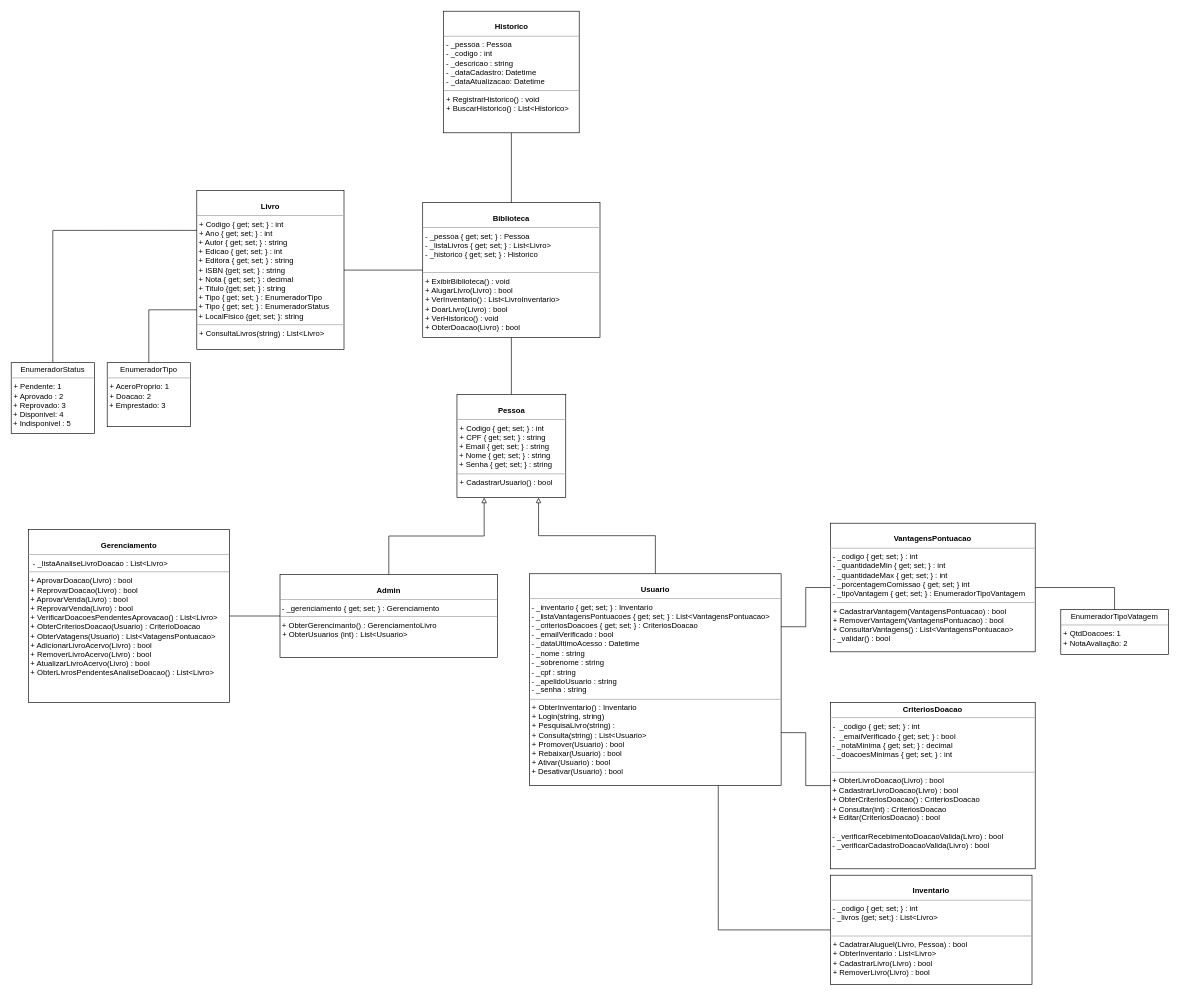
Above: novoDiagramaClasse.drawio in lucaspercisi/UFFS (draw.io), before the change. Source tidied: cells renumbered, new cells numbered last; positions are measured from the earlier drawing's top-left corner, leaving out a move shared by most shapes. Both pictures are drawn from the tidied source at 64%, with x=0, y=0 at pixel (11, 11).
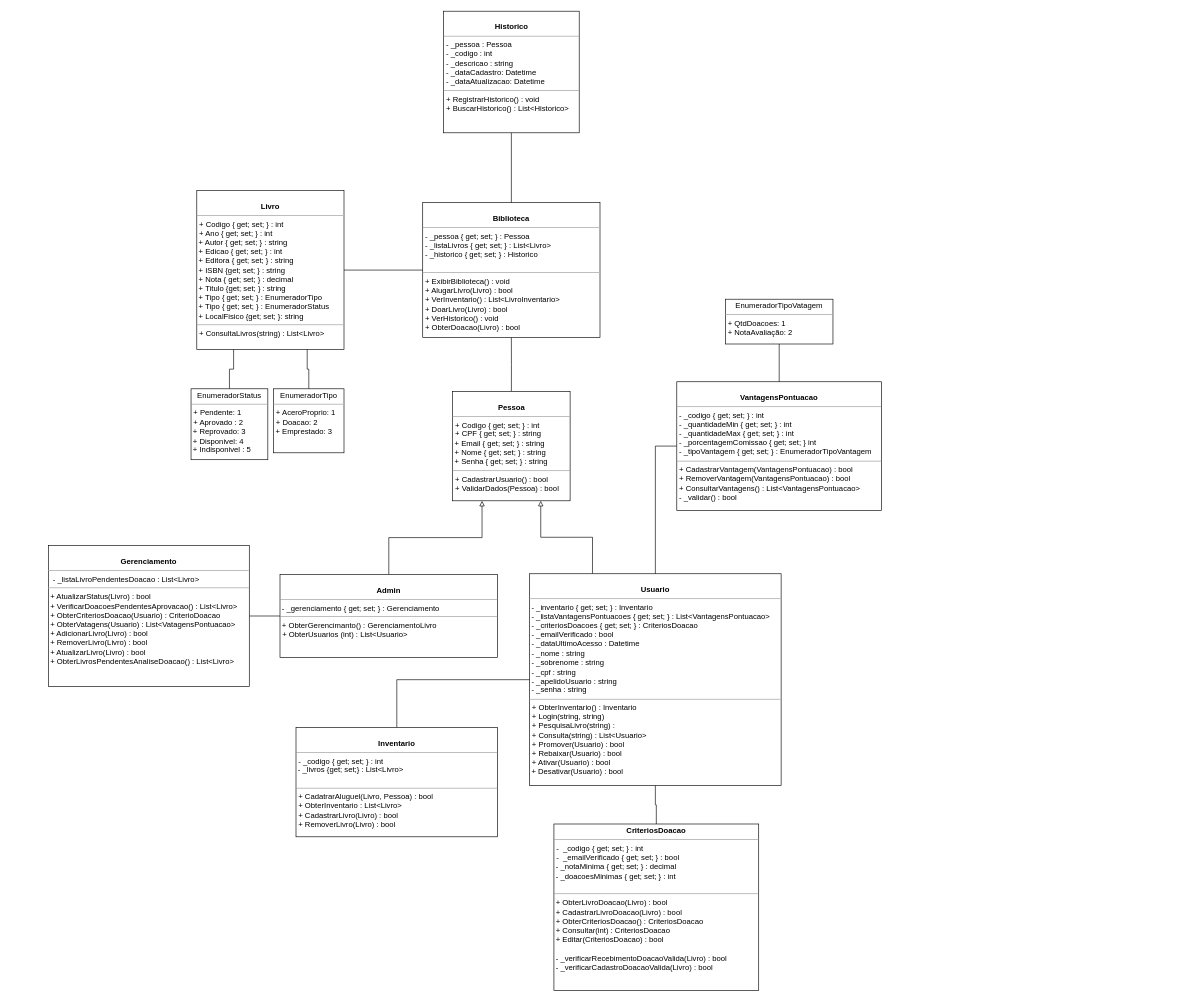
The same page after the edit.

The change refers to these unchanged cells:
```xml
<mxCell id="8" value="&lt;p style=&quot;margin:0px;margin-top:4px;text-align:center;&quot;&gt;&lt;br&gt;&lt;b&gt;Usuario&lt;/b&gt;&lt;/p&gt;&lt;hr size=&quot;1&quot;&gt;&lt;p style=&quot;margin: 0px 0px 0px 4px;&quot;&gt;&lt;/p&gt;&amp;nbsp;-&amp;nbsp;_inventario { get; set; } : Inventario&amp;nbsp;&lt;br&gt;&amp;nbsp;- _listaVantagensPontuacoes { get; set; } : List&amp;lt;VantagensPontuacao&amp;gt;&lt;br&gt;&lt;div&gt;&amp;nbsp;- _criteriosDoacoes { get; set; } : CriteriosDoacao&lt;/div&gt;&lt;div&gt;&amp;nbsp;- _emailVerificado : bool&lt;br&gt;&amp;nbsp;- _dataUltimoAcesso : Datetime&lt;br&gt;&amp;nbsp;- _nome : string&lt;/div&gt;&lt;div&gt;&amp;nbsp;- _sobrenome : string&lt;br&gt;&amp;nbsp;- _cpf : string&lt;/div&gt;&lt;div&gt;&amp;nbsp;- _apelidoUsuario : string&lt;br&gt;&amp;nbsp;- _senha : string&lt;br&gt;&lt;/div&gt;&lt;hr size=&quot;1&quot;&gt;&lt;p style=&quot;margin:0px;margin-left:4px;&quot;&gt;+ ObterInventario() : Inventario&lt;/p&gt;&lt;p style=&quot;margin:0px;margin-left:4px;&quot;&gt;+ Login(string, string)&lt;/p&gt;&lt;p style=&quot;margin:0px;margin-left:4px;&quot;&gt;+ PesquisaLivro(string) : &lt;br&gt;&lt;/p&gt;&lt;p style=&quot;margin:0px;margin-left:4px;&quot;&gt;+ Consulta(string) : List&amp;lt;Usuario&amp;gt;&lt;/p&gt;&lt;p style=&quot;margin:0px;margin-left:4px;&quot;&gt;+ Promover(Usuario) : bool&lt;/p&gt;&lt;p style=&quot;margin:0px;margin-left:4px;&quot;&gt;+ Rebaixar(Usuario) : bool&lt;br&gt;&lt;/p&gt;&lt;p style=&quot;margin:0px;margin-left:4px;&quot;&gt;+ Ativar(Usuario) : bool&lt;br&gt;&lt;/p&gt;&amp;nbsp;+ Desativar(Usuario) : bool&lt;p style=&quot;margin:0px;margin-left:4px;&quot;&gt;&lt;/p&gt;&lt;p style=&quot;margin:0px;margin-left:4px;&quot;&gt;&lt;br&gt;&lt;/p&gt;&lt;p style=&quot;margin:0px;margin-left:4px;&quot;&gt;&lt;br&gt;&lt;/p&gt;" style="verticalAlign=top;align=left;overflow=fill;fontSize=12;fontFamily=Helvetica;html=1;rounded=0;shadow=0;comic=0;labelBackgroundColor=none;strokeWidth=1;" parent="1" vertex="1">
  <mxGeometry x="810" y="879" width="393" height="331" as="geometry" />
</mxCell>
<mxCell id="17" value="&lt;p style=&quot;margin:0px;margin-top:4px;text-align:center;&quot;&gt;&lt;br&gt;&lt;b&gt;Livro&lt;/b&gt;&lt;/p&gt;&lt;hr size=&quot;1&quot;&gt;&lt;p style=&quot;margin: 0px 0px 0px 4px;&quot;&gt;+ Codigo { get; set; } : int&lt;/p&gt;&lt;p style=&quot;margin: 0px 0px 0px 4px;&quot;&gt;+ Ano { get; set; } : int&lt;/p&gt;&amp;nbsp;+ Autor { get; set; } : string&amp;nbsp;&lt;br&gt;&amp;nbsp;+ Edicao { get; set; } : int&lt;br&gt;&amp;nbsp;+ Editora { get; set; } : string&lt;br&gt;&amp;nbsp;+&amp;nbsp;ISBN {get; set; } : string&lt;br&gt;&amp;nbsp;+ Nota { get; set; } : decimal&lt;br&gt;&lt;div&gt;&amp;nbsp;+&amp;nbsp;Titulo {get; set; } : string&lt;/div&gt;&lt;div&gt;&amp;nbsp;+ Tipo { get; set; } : EnumeradorTipo&lt;/div&gt;&lt;div&gt;&lt;div&gt;&amp;nbsp;+ Tipo { get; set; } : EnumeradorStatus&lt;/div&gt;&lt;/div&gt;&lt;div&gt;&amp;nbsp;+ LocalFisico {get; set; }: string&lt;br&gt;&lt;/div&gt;&lt;hr size=&quot;1&quot;&gt;&lt;p style=&quot;margin:0px;margin-left:4px;&quot;&gt;+ ConsultaLivros(string) : List&amp;lt;Livro&amp;gt;&lt;/p&gt;&lt;p style=&quot;margin:0px;margin-left:4px;&quot;&gt;&lt;br&gt;&lt;/p&gt;" style="verticalAlign=top;align=left;overflow=fill;fontSize=12;fontFamily=Helvetica;html=1;rounded=0;shadow=0;comic=0;labelBackgroundColor=none;strokeWidth=1;" parent="1" vertex="1">
  <mxGeometry x="290" y="280.4" width="230" height="248.2" as="geometry" />
</mxCell>
```

Change to the diagram source:
```diff
@@
-    <mxCell id="4" value="&lt;p style=&quot;margin:0px;margin-top:4px;text-align:center;&quot;&gt;&lt;br&gt;&lt;b&gt;Pessoa&lt;/b&gt;&lt;/p&gt;&lt;hr size=&quot;1&quot;&gt;&lt;p style=&quot;margin: 0px 0px 0px 4px;&quot;&gt;+ Codigo { get; set; } : int&lt;/p&gt;&lt;p style=&quot;margin: 0px 0px 0px 4px;&quot;&gt;+ CPF { get; set; } : string&lt;/p&gt;&amp;nbsp;+ Email { get; set; } : string&amp;nbsp;&lt;br&gt;&amp;nbsp;+ Nome { get; set; } : string&lt;br&gt;&amp;nbsp;+ Senha { get; set; } : string&lt;br&gt;&lt;hr size=&quot;1&quot;&gt;&lt;p style=&quot;margin:0px;margin-left:4px;&quot;&gt;+ CadastrarUsuario() : bool&lt;br&gt;&lt;/p&gt;&lt;p style=&quot;margin:0px;margin-left:4px;&quot;&gt;&lt;br&gt;&lt;/p&gt;&lt;div&gt;&lt;br&gt;&lt;/div&gt;&lt;div&gt;&lt;br&gt;&lt;/div&gt;" style="verticalAlign=top;align=left;overflow=fill;fontSize=12;fontFamily=Helvetica;html=1;rounded=0;shadow=0;comic=0;labelBackgroundColor=none;strokeWidth=1;" parent="1" vertex="1">
-      <mxGeometry x="696.5" y="599" width="170" height="161" as="geometry" />
+    <mxCell id="4" value="&lt;p style=&quot;margin:0px;margin-top:4px;text-align:center;&quot;&gt;&lt;br&gt;&lt;b&gt;Pessoa&lt;/b&gt;&lt;/p&gt;&lt;hr size=&quot;1&quot;&gt;&lt;p style=&quot;margin: 0px 0px 0px 4px;&quot;&gt;+ Codigo { get; set; } : int&lt;/p&gt;&lt;p style=&quot;margin: 0px 0px 0px 4px;&quot;&gt;+ CPF { get; set; } : string&lt;/p&gt;&amp;nbsp;+ Email { get; set; } : string&amp;nbsp;&lt;br&gt;&amp;nbsp;+ Nome { get; set; } : string&lt;br&gt;&amp;nbsp;+ Senha { get; set; } : string&lt;br&gt;&lt;hr size=&quot;1&quot;&gt;&lt;p style=&quot;margin:0px;margin-left:4px;&quot;&gt;+ CadastrarUsuario() : bool&lt;/p&gt;&lt;p style=&quot;margin:0px;margin-left:4px;&quot;&gt;+ ValidarDados(Pessoa) : bool&lt;br&gt;&lt;/p&gt;&lt;p style=&quot;margin:0px;margin-left:4px;&quot;&gt;&lt;br&gt;&lt;/p&gt;&lt;div&gt;&lt;br&gt;&lt;/div&gt;&lt;div&gt;&lt;br&gt;&lt;/div&gt;" style="verticalAlign=top;align=left;overflow=fill;fontSize=12;fontFamily=Helvetica;html=1;rounded=0;shadow=0;comic=0;labelBackgroundColor=none;strokeWidth=1;" parent="1" vertex="1">
+      <mxGeometry x="689.8" y="594" width="183.5" height="171" as="geometry" />
     </mxCell>
@@
-    <mxCell id="7" style="edgeStyle=orthogonalEdgeStyle;rounded=0;jettySize=auto;html=1;exitX=0.5;exitY=0;exitDx=0;exitDy=0;entryX=0.75;entryY=1;entryDx=0;entryDy=0;endArrow=block;endFill=0;" parent="1" edge="1" source="8" target="4">
+    <mxCell id="7" style="edgeStyle=orthogonalEdgeStyle;rounded=0;jettySize=auto;html=1;exitX=0.25;exitY=0;exitDx=0;exitDy=0;entryX=0.75;entryY=1;entryDx=0;entryDy=0;endArrow=block;endFill=0;" parent="1" edge="1" source="8" target="4">
       <mxGeometry relative="1" as="geometry" />
     </mxCell>
@@
-    <mxCell id="11" style="edgeStyle=orthogonalEdgeStyle;rounded=0;jettySize=auto;html=1;exitX=0;exitY=0.5;exitDx=0;exitDy=0;entryX=1;entryY=0.25;entryDx=0;entryDy=0;endArrow=none;endFill=0;" parent="1" edge="1" source="13" target="8">
+    <mxCell id="11" style="edgeStyle=orthogonalEdgeStyle;rounded=0;jettySize=auto;html=1;exitX=0;exitY=0.5;exitDx=0;exitDy=0;endArrow=none;endFill=0;" parent="1" edge="1" source="13" target="8">
       <mxGeometry relative="1" as="geometry" />
     </mxCell>
-    <mxCell id="12" style="edgeStyle=orthogonalEdgeStyle;rounded=0;jettySize=auto;html=1;exitX=1;exitY=0.5;exitDx=0;exitDy=0;endArrow=none;endFill=0;entryX=0.5;entryY=0;entryDx=0;entryDy=0;" parent="1" edge="1" source="13" target="26">
-      <mxGeometry relative="1" as="geometry" />
-    </mxCell>
     <mxCell id="13" value="&lt;p style=&quot;margin:0px;margin-top:4px;text-align:center;&quot;&gt;&lt;br&gt;&lt;b&gt;VantagensPontuacao&lt;/b&gt;&lt;/p&gt;&lt;hr size=&quot;1&quot;&gt;&lt;p style=&quot;margin: 0px 0px 0px 4px;&quot;&gt;- _codigo { get; set; } : int&lt;/p&gt;&lt;p style=&quot;margin: 0px 0px 0px 4px;&quot;&gt;- _quantidadeMin { get; set; } : int&lt;/p&gt;&lt;p style=&quot;margin: 0px 0px 0px 4px;&quot;&gt;- _quantidadeMax { get; set; } : int&lt;/p&gt;&lt;p style=&quot;margin: 0px 0px 0px 4px;&quot;&gt;- _porcentagemComissao { get; set; } int&lt;/p&gt;&lt;p style=&quot;margin: 0px 0px 0px 4px;&quot;&gt;- _tipoVantagem { get; set; } : EnumeradorTipoVantagem&lt;br&gt;&lt;/p&gt;&lt;hr size=&quot;1&quot;&gt;&lt;p style=&quot;margin:0px;margin-left:4px;&quot;&gt;+ CadastrarVantagem(VantagensPontuacao) : bool&lt;br&gt;&lt;/p&gt;&lt;p style=&quot;margin:0px;margin-left:4px;&quot;&gt;+ RemoverVantagem(VantagensPontuacao) : bool&lt;/p&gt;&lt;p style=&quot;margin:0px;margin-left:4px;&quot;&gt;+ ConsultarVantagens() : List&amp;lt;VantagensPontuacao&amp;gt;&lt;br&gt;- _validar() : bool&lt;br&gt;&lt;/p&gt;" style="verticalAlign=top;align=left;overflow=fill;fontSize=12;fontFamily=Helvetica;html=1;rounded=0;shadow=0;comic=0;labelBackgroundColor=none;strokeWidth=1;" parent="1" vertex="1">
-      <mxGeometry x="1280" y="800" width="320" height="201" as="geometry" />
+      <mxGeometry x="1040" y="579" width="320" height="201" as="geometry" />
     </mxCell>
@@
-    <mxCell id="15" value="&lt;p style=&quot;margin:0px;margin-top:4px;text-align:center;&quot;&gt;&lt;br&gt;&lt;b&gt;Gerenciamento&lt;/b&gt;&lt;/p&gt;&lt;hr size=&quot;1&quot;&gt;&lt;p style=&quot;margin: 0px 0px 0px 4px;&quot;&gt;&amp;nbsp;- _listaAnaliseLivroDoacao : List&amp;lt;Livro&amp;gt;&lt;br&gt;&lt;/p&gt;&lt;hr size=&quot;1&quot;&gt;&lt;p style=&quot;margin:0px;margin-left:4px;&quot;&gt;&lt;/p&gt;&amp;nbsp;&lt;span style=&quot;background-color: initial;&quot;&gt;+ AprovarDoacao(Livro) : bool&lt;br&gt;&lt;/span&gt;&amp;nbsp;+ ReprovarDoacao(Livro) : bool&lt;br&gt;&amp;nbsp;+ AprovarVenda(Livro) : bool&lt;br&gt;&lt;div&gt;&amp;nbsp;+ ReprovarVenda(Livro) : bool&lt;/div&gt;&lt;div&gt;&amp;nbsp;+ VerificarDoacoesPendentesAprovacao() : List&amp;lt;Livro&amp;gt;&lt;/div&gt;&lt;div&gt;&amp;nbsp;+ ObterCriteriosDoacao(Usuario) : CriterioDoacao&lt;/div&gt;&lt;div&gt;&amp;nbsp;+ ObterVatagens(Usuario) : List&amp;lt;VatagensPontuacao&amp;gt;&lt;/div&gt;&lt;div&gt;&amp;nbsp;+ AdicionarLivroAcervo(Livro) : bool&lt;/div&gt;&lt;div&gt;&amp;nbsp;+ RemoverLivroAcervo(Livro) : bool&lt;/div&gt;&lt;div&gt;&amp;nbsp;+ AtualizarLivroAcervo(Livro) : bool&lt;/div&gt;&lt;div&gt;&amp;nbsp;+ ObterLivrosPendentesAnaliseDoacao() : List&amp;lt;Livro&amp;gt;&lt;br&gt;&lt;/div&gt;" style="verticalAlign=top;align=left;overflow=fill;fontSize=12;fontFamily=Helvetica;html=1;rounded=0;shadow=0;comic=0;labelBackgroundColor=none;strokeWidth=1;" parent="1" vertex="1">
-      <mxGeometry x="27" y="810" width="314" height="270" as="geometry" />
+    <mxCell id="15" value="&lt;p style=&quot;margin:0px;margin-top:4px;text-align:center;&quot;&gt;&lt;br&gt;&lt;b&gt;Gerenciamento&lt;/b&gt;&lt;/p&gt;&lt;hr size=&quot;1&quot;&gt;&lt;p style=&quot;margin: 0px 0px 0px 4px;&quot;&gt;&amp;nbsp;- _listaLivroPendentesDoacao : List&amp;lt;Livro&amp;gt;&lt;br&gt;&lt;/p&gt;&lt;hr size=&quot;1&quot;&gt;&lt;p style=&quot;margin:0px;margin-left:4px;&quot;&gt;&lt;/p&gt;&amp;nbsp;&lt;span style=&quot;background-color: initial;&quot;&gt;+ AtualizarStatus(Livro) : bool&lt;/span&gt;&lt;div&gt;&amp;nbsp;+ VerificarDoacoesPendentesAprovacao() : List&amp;lt;Livro&amp;gt;&lt;/div&gt;&lt;div&gt;&amp;nbsp;+ ObterCriteriosDoacao(Usuario) : CriterioDoacao&lt;/div&gt;&lt;div&gt;&amp;nbsp;+ ObterVatagens(Usuario) : List&amp;lt;VatagensPontuacao&amp;gt;&lt;/div&gt;&lt;div&gt;&amp;nbsp;+ AdicionarLivro(Livro) : bool&lt;/div&gt;&lt;div&gt;&amp;nbsp;+ RemoverLivro(Livro) : bool&lt;/div&gt;&lt;div&gt;&amp;nbsp;+ AtualizarLivro(Livro) : bool&lt;/div&gt;&lt;div&gt;&amp;nbsp;+ ObterLivrosPendentesAnaliseDoacao() : List&amp;lt;Livro&amp;gt;&lt;/div&gt;&lt;div&gt;&lt;br&gt;&lt;/div&gt;&lt;div&gt;&lt;br&gt;&lt;/div&gt;" style="verticalAlign=top;align=left;overflow=fill;fontSize=12;fontFamily=Helvetica;html=1;rounded=0;shadow=0;comic=0;labelBackgroundColor=none;strokeWidth=1;" parent="1" vertex="1">
+      <mxGeometry x="58" y="835" width="314" height="220" as="geometry" />
     </mxCell>
@@
-    <mxCell id="18" style="edgeStyle=orthogonalEdgeStyle;rounded=0;jettySize=auto;html=1;exitX=0;exitY=0.5;exitDx=0;exitDy=0;entryX=0.75;entryY=1;entryDx=0;entryDy=0;endArrow=none;endFill=0;" parent="1" edge="1" source="19" target="8">
+    <mxCell id="18" style="edgeStyle=orthogonalEdgeStyle;rounded=0;jettySize=auto;html=1;exitX=0.5;exitY=0;exitDx=0;exitDy=0;entryX=0;entryY=0.5;entryDx=0;entryDy=0;endArrow=none;endFill=0;" parent="1" edge="1" source="19" target="8">
       <mxGeometry relative="1" as="geometry" />
     </mxCell>
     <mxCell id="19" value="&lt;p style=&quot;margin:0px;margin-top:4px;text-align:center;&quot;&gt;&lt;br&gt;&lt;b&gt;Inventario&lt;/b&gt;&lt;/p&gt;&lt;hr size=&quot;1&quot;&gt;&lt;p style=&quot;margin: 0px 0px 0px 4px;&quot;&gt;&lt;span style=&quot;background-color: initial;&quot;&gt;- _codigo { get; set; } : int&lt;/span&gt;&lt;br&gt;&lt;/p&gt;&lt;div&gt;&amp;nbsp;- _livros {get; set;} : List&amp;lt;Livro&amp;gt;&lt;br&gt;&lt;/div&gt;&lt;div&gt;&lt;br&gt;&lt;/div&gt;&lt;hr size=&quot;1&quot;&gt;&lt;p style=&quot;margin:0px;margin-left:4px;&quot;&gt;+ CadatrarAluguel(Livro, Pessoa) : bool&lt;br&gt;&lt;/p&gt;&lt;p style=&quot;margin:0px;margin-left:4px;&quot;&gt;+ ObterInventario : List&amp;lt;Livro&amp;gt;&lt;/p&gt;&lt;p style=&quot;margin:0px;margin-left:4px;&quot;&gt;+ CadastrarLivro(Livro) : bool&lt;/p&gt;&lt;p style=&quot;margin:0px;margin-left:4px;&quot;&gt;+ RemoverLivro(Livro) : bool&lt;/p&gt;&lt;p style=&quot;margin:0px;margin-left:4px;&quot;&gt;&lt;/p&gt;&lt;p style=&quot;margin:0px;margin-left:4px;&quot;&gt;&lt;br&gt;&lt;/p&gt;" style="verticalAlign=top;align=left;overflow=fill;fontSize=12;fontFamily=Helvetica;html=1;rounded=0;shadow=0;comic=0;labelBackgroundColor=none;strokeWidth=1;" parent="1" vertex="1">
-      <mxGeometry x="1280" y="1350" width="315" height="171" as="geometry" />
+      <mxGeometry x="445" y="1119" width="315" height="171" as="geometry" />
     </mxCell>
-    <mxCell id="20" style="edgeStyle=orthogonalEdgeStyle;rounded=0;jettySize=auto;html=1;exitX=0.5;exitY=0;exitDx=0;exitDy=0;entryX=0;entryY=0.75;entryDx=0;entryDy=0;endArrow=none;endFill=0;" parent="1" edge="1" source="21" target="17">
+    <mxCell id="20" style="edgeStyle=orthogonalEdgeStyle;rounded=0;jettySize=auto;html=1;exitX=0.5;exitY=0;exitDx=0;exitDy=0;entryX=0.75;entryY=1;entryDx=0;entryDy=0;endArrow=none;endFill=0;" parent="1" edge="1" source="21" target="17">
       <mxGeometry relative="1" as="geometry" />
     </mxCell>
     <mxCell id="21" value="&lt;p style=&quot;margin:0px;margin-top:4px;text-align:center;&quot;&gt;EnumeradorTipo&lt;/p&gt;&lt;hr size=&quot;1&quot;&gt;&lt;p style=&quot;margin: 0px 0px 0px 4px;&quot;&gt;+ AceroProprio: 1&lt;/p&gt;&lt;p style=&quot;margin: 0px 0px 0px 4px;&quot;&gt;+ Doacao: 2&lt;/p&gt;&lt;div&gt;&amp;nbsp;+ Emprestado: 3&lt;/div&gt;&lt;p style=&quot;margin:0px;margin-left:4px;&quot;&gt;&lt;br&gt;&lt;/p&gt;&lt;p style=&quot;margin:0px;margin-left:4px;&quot;&gt;&lt;br&gt;&lt;/p&gt;" style="verticalAlign=top;align=left;overflow=fill;fontSize=12;fontFamily=Helvetica;html=1;rounded=0;shadow=0;comic=0;labelBackgroundColor=none;strokeWidth=1;" parent="1" vertex="1">
-      <mxGeometry x="150" y="549.2" width="130" height="100" as="geometry" />
+      <mxGeometry x="410" y="590" width="110" height="100" as="geometry" />
     </mxCell>
-    <mxCell id="22" style="edgeStyle=orthogonalEdgeStyle;rounded=0;jettySize=auto;html=1;exitX=0.5;exitY=0;exitDx=0;exitDy=0;entryX=0;entryY=0.25;entryDx=0;entryDy=0;endArrow=none;endFill=0;" parent="1" edge="1" source="23" target="17">
+    <mxCell id="22" style="edgeStyle=orthogonalEdgeStyle;rounded=0;jettySize=auto;html=1;exitX=0.5;exitY=0;exitDx=0;exitDy=0;entryX=0.25;entryY=1;entryDx=0;entryDy=0;endArrow=none;endFill=0;" parent="1" edge="1" source="23" target="17">
       <mxGeometry relative="1" as="geometry" />
     </mxCell>
     <mxCell id="23" value="&lt;p style=&quot;margin:0px;margin-top:4px;text-align:center;&quot;&gt;EnumeradorStatus&lt;/p&gt;&lt;hr size=&quot;1&quot;&gt;&lt;p style=&quot;margin: 0px 0px 0px 4px;&quot;&gt;+ Pendente: 1&lt;/p&gt;&lt;p style=&quot;margin: 0px 0px 0px 4px;&quot;&gt;+ Aprovado : 2&lt;/p&gt;&lt;div&gt;&amp;nbsp;+ Reprovado: 3&lt;/div&gt;&lt;div&gt;&amp;nbsp;+ Disponivel: 4&lt;br&gt;&amp;nbsp;+ Indisponivel : 5&lt;br&gt;&lt;/div&gt;&lt;div&gt;&lt;br&gt;&lt;/div&gt;&lt;p style=&quot;margin:0px;margin-left:4px;&quot;&gt;&lt;br&gt;&lt;/p&gt;&lt;p style=&quot;margin:0px;margin-left:4px;&quot;&gt;&lt;br&gt;&lt;/p&gt;" style="verticalAlign=top;align=left;overflow=fill;fontSize=12;fontFamily=Helvetica;html=1;rounded=0;shadow=0;comic=0;labelBackgroundColor=none;strokeWidth=1;" parent="1" vertex="1">
-      <mxGeometry y="549.2" width="130" height="110.8" as="geometry" />
+      <mxGeometry x="281" y="590" width="120" height="110.8" as="geometry" />
     </mxCell>
-    <mxCell id="24" style="edgeStyle=orthogonalEdgeStyle;rounded=0;jettySize=auto;html=1;exitX=0;exitY=0.5;exitDx=0;exitDy=0;entryX=1;entryY=0.75;entryDx=0;entryDy=0;endArrow=none;endFill=0;" parent="1" edge="1" source="25" target="8">
+    <mxCell id="24" style="edgeStyle=orthogonalEdgeStyle;rounded=0;jettySize=auto;html=1;exitX=0.5;exitY=0;exitDx=0;exitDy=0;entryX=0.5;entryY=1;entryDx=0;entryDy=0;endArrow=none;endFill=0;" parent="1" edge="1" source="25" target="8">
       <mxGeometry relative="1" as="geometry" />
     </mxCell>
     <mxCell id="25" value="&lt;p style=&quot;margin:0px;margin-top:4px;text-align:center;&quot;&gt;&lt;b&gt;CriteriosDoacao&lt;/b&gt;&lt;/p&gt;&lt;hr size=&quot;1&quot;&gt;&lt;p style=&quot;margin: 0px 0px 0px 4px;&quot;&gt;-&amp;nbsp; _codigo { get; set; } : int&lt;/p&gt;&lt;p style=&quot;margin: 0px 0px 0px 4px;&quot;&gt;-&amp;nbsp; _emailVerificado { get; set; } : bool&lt;/p&gt;&amp;nbsp;- _notaMinima { get; set; } : decimal&lt;br&gt;&lt;div&gt;&amp;nbsp;- _doacoesMinimas { get; set; } : int&lt;/div&gt;&lt;div&gt;&lt;br&gt;&lt;/div&gt;&lt;hr size=&quot;1&quot;&gt;&lt;div&gt;&amp;nbsp;+ ObterLivroDoacao(Livro) : bool&lt;/div&gt;&lt;div&gt;&amp;nbsp;+ CadastrarLivroDoacao(Livro) : bool&lt;br&gt;&amp;nbsp;+ ObterCriteriosDoacao() : CriteriosDoacao&lt;/div&gt;&lt;div&gt;&amp;nbsp;+ Consultar(int) : CriteriosDoacao&lt;/div&gt;&lt;div&gt;&lt;div&gt;&amp;nbsp;+ Editar(CriteriosDoacao) : bool&lt;/div&gt;&lt;div&gt;&lt;br&gt;&lt;div&gt;&amp;nbsp;- _verificarRecebimentoDoacaoValida(Livro) : bool&lt;br&gt;&amp;nbsp;- _verificarCadastroDoacaoValida(Livro) : bool&lt;/div&gt;&lt;/div&gt;&lt;/div&gt;&lt;p style=&quot;margin:0px;margin-left:4px;&quot;&gt;&lt;/p&gt;" style="verticalAlign=top;align=left;overflow=fill;fontSize=12;fontFamily=Helvetica;html=1;rounded=0;shadow=0;comic=0;labelBackgroundColor=none;strokeWidth=1;" parent="1" vertex="1">
-      <mxGeometry x="1280" y="1080" width="320" height="260" as="geometry" />
+      <mxGeometry x="848" y="1270" width="320" height="260" as="geometry" />
     </mxCell>
+    <mxCell id="27" style="edgeStyle=orthogonalEdgeStyle;rounded=0;jettySize=auto;html=1;exitX=0.5;exitY=1;exitDx=0;exitDy=0;entryX=0.5;entryY=0;entryDx=0;entryDy=0;endArrow=none;endFill=0;" parent="1" edge="1" source="26" target="13">
+      <mxGeometry relative="1" as="geometry" />
+    </mxCell>
     <mxCell id="26" value="&lt;p style=&quot;margin:0px;margin-top:4px;text-align:center;&quot;&gt;EnumeradorTipoVatagem&lt;/p&gt;&lt;hr size=&quot;1&quot;&gt;&lt;p style=&quot;margin: 0px 0px 0px 4px;&quot;&gt;+ QtdDoacoes: 1&lt;/p&gt;&lt;p style=&quot;margin: 0px 0px 0px 4px;&quot;&gt;+ NotaAvaliação: 2&lt;/p&gt;&lt;p style=&quot;margin:0px;margin-left:4px;&quot;&gt;&lt;br&gt;&lt;/p&gt;&lt;p style=&quot;margin:0px;margin-left:4px;&quot;&gt;&lt;br&gt;&lt;/p&gt;" style="verticalAlign=top;align=left;overflow=fill;fontSize=12;fontFamily=Helvetica;html=1;rounded=0;shadow=0;comic=0;labelBackgroundColor=none;strokeWidth=1;" parent="1" vertex="1">
-      <mxGeometry x="1640" y="935" width="168" height="70" as="geometry" />
+      <mxGeometry x="1116" y="450" width="168" height="70" as="geometry" />
     </mxCell>
```
